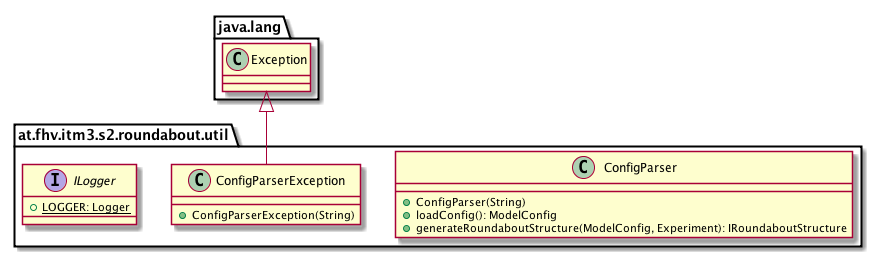
This is images/uml-class/at.fhv.itm3.s2.roundabout.util.package.png from sereGkaluv/Roundabout-Simulation-Library, a PlantUML export, as it was before one commit.
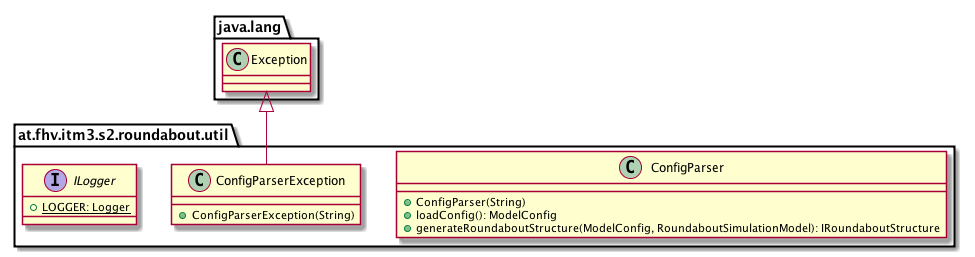
The same file after the commit.

Change to the diagram source:
```diff
@@ -5,7 +5,7 @@
         class ConfigParser [[../../../../../at/fhv/itm3/s2/roundabout/util/ConfigParser.html]] {
             +ConfigParser(String)
             +loadConfig(): ModelConfig
-            +generateRoundaboutStructure(ModelConfig, Experiment): IRoundaboutStructure
+            +generateRoundaboutStructure(ModelConfig, RoundaboutSimulationModel): IRoundaboutStructure
         }
 
         class ConfigParserException [[../../../../../at/fhv/itm3/s2/roundabout/util/ConfigParserException.html]] {
```
